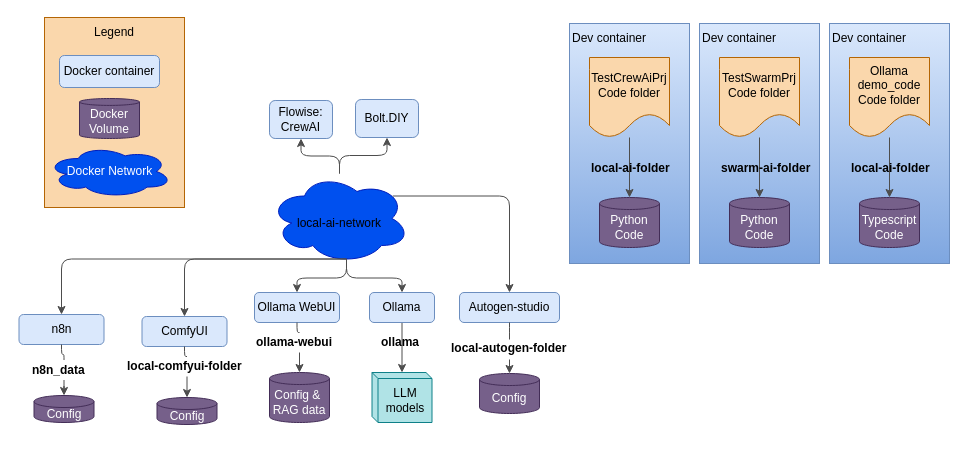
This is docs/overview.drawio from miman/docker-local-ai, a draw.io file, before an edit. Source tidied: cells renumbered, new cells numbered last; positions are measured from the earlier drawing's top-left corner, leaving out a move shared by most shapes. Both pictures are drawn from the tidied source at 100%, with x=0, y=0 at pixel (19, 17).
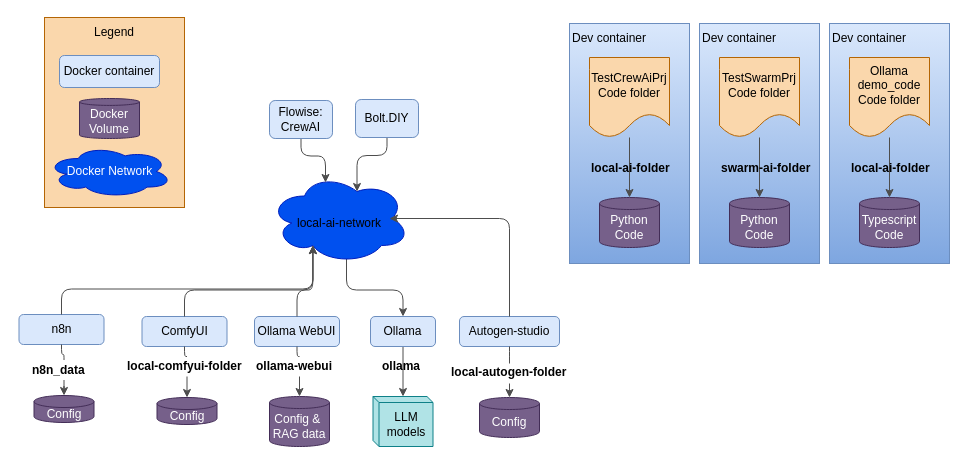
After the change.

Commit message (it also covers changes not shown here):
correct overview arrows

The change refers to these unchanged cells:
```xml
<mxCell id="11" style="ellipse;shape=cloud;whiteSpace=wrap;html=1;align=left;fillColor=#0050ef;fontColor=#ffffff;strokeColor=#001DBC;" parent="1" vertex="1">
  <mxGeometry x="250" y="156" width="140" height="90" as="geometry" />
</mxCell>
<mxCell id="12" value="local-ai-network" style="text;html=1;strokeColor=none;fillColor=none;align=center;verticalAlign=middle;whiteSpace=wrap;rounded=0;" parent="1" vertex="1">
  <mxGeometry x="270" y="196" width="100" height="20" as="geometry" />
</mxCell>
<mxCell id="21" value="Flowise:&lt;br&gt;CrewAI" style="rounded=1;whiteSpace=wrap;html=1;fillColor=#dae8fc;strokeColor=#6c8ebf;fontColor=#000000;" parent="1" vertex="1">
  <mxGeometry x="250" y="83" width="63" height="38" as="geometry" />
</mxCell>
<mxCell id="36" value="Bolt.DIY" style="rounded=1;whiteSpace=wrap;html=1;fillColor=#dae8fc;strokeColor=#6c8ebf;fontColor=#000000;" parent="1" vertex="1">
  <mxGeometry x="336" y="82" width="63" height="38" as="geometry" />
</mxCell>
<mxCell id="38" value="ComfyUI" style="rounded=1;whiteSpace=wrap;html=1;fillColor=#dae8fc;strokeColor=#6c8ebf;fontColor=#000000;" parent="1" vertex="1">
  <mxGeometry x="122.5" y="299" width="85" height="30" as="geometry" />
</mxCell>
<mxCell id="45" value="n8n" style="rounded=1;whiteSpace=wrap;html=1;fillColor=#dae8fc;strokeColor=#6c8ebf;fontColor=#000000;" parent="1" vertex="1">
  <mxGeometry x="-0.5" y="297" width="85" height="30" as="geometry" />
</mxCell>
```

Change to the diagram source:
```diff
@@
     <mxCell id="5" value="Ollama" style="rounded=1;whiteSpace=wrap;html=1;fillColor=#dae8fc;strokeColor=#6c8ebf;fontColor=#000000;" parent="1" vertex="1">
-      <mxGeometry x="350" y="275" width="65" height="30" as="geometry" />
+      <mxGeometry x="351" y="299" width="65" height="30" as="geometry" />
     </mxCell>
@@
     <mxCell id="9" value="LLM models" style="shape=cube;whiteSpace=wrap;html=1;boundedLbl=1;backgroundOutline=1;size=6.010398864746094;fillColor=#b0e3e6;strokeColor=#0e8088;" parent="1" vertex="1">
-      <mxGeometry x="352.5" y="355" width="60" height="50" as="geometry" />
+      <mxGeometry x="353.5" y="379" width="60" height="50" as="geometry" />
     </mxCell>
@@
     <mxCell id="13" style="edgeStyle=orthogonalEdgeStyle;rounded=0;orthogonalLoop=1;jettySize=auto;html=1;exitX=0.5;exitY=1;exitDx=0;exitDy=0;" parent="1" edge="1">
       <mxGeometry relative="1" as="geometry">
-        <mxPoint x="335" y="375" as="sourcePoint" />
-        <mxPoint x="335" y="375" as="targetPoint" />
+        <mxPoint x="336" y="423" as="sourcePoint" />
+        <mxPoint x="336" y="423" as="targetPoint" />
       </mxGeometry>
     </mxCell>
@@
     <mxCell id="15" value="Ollama WebUI" style="rounded=1;whiteSpace=wrap;html=1;fillColor=#dae8fc;strokeColor=#6c8ebf;fontColor=#000000;" parent="1" vertex="1">
-      <mxGeometry x="235" y="275" width="85" height="30" as="geometry" />
+      <mxGeometry x="235" y="299" width="85" height="30" as="geometry" />
     </mxCell>
     <mxCell id="16" value="Config &amp;amp;&amp;nbsp;&lt;br&gt;RAG&amp;nbsp;data" style="shape=cylinder3;whiteSpace=wrap;html=1;boundedLbl=1;backgroundOutline=1;size=6.010398864746094;fillColor=#76608a;fontColor=#ffffff;strokeColor=#432D57;" parent="1" vertex="1">
-      <mxGeometry x="250" y="355" width="60" height="50" as="geometry" />
+      <mxGeometry x="250" y="379" width="60" height="50" as="geometry" />
     </mxCell>
     <mxCell id="17" value="&lt;b&gt;ollama&lt;/b&gt;" style="text;html=1;strokeColor=none;fillColor=none;align=left;verticalAlign=middle;whiteSpace=wrap;rounded=0;fontColor=#000000;" parent="1" vertex="1">
-      <mxGeometry x="360" y="315" width="55" height="20" as="geometry" />
+      <mxGeometry x="361" y="339" width="55" height="20" as="geometry" />
     </mxCell>
@@
-    <mxCell id="19" style="edgeStyle=orthogonalEdgeStyle;html=1;strokeColor=#4D4D4D;exitX=0.55;exitY=0.95;exitDx=0;exitDy=0;exitPerimeter=0;" parent="1" edge="1" source="11" target="15">
+    <mxCell id="19" style="edgeStyle=orthogonalEdgeStyle;html=1;strokeColor=#4D4D4D;exitX=0.5;exitY=0;exitDx=0;exitDy=0;entryX=0.31;entryY=0.8;entryDx=0;entryDy=0;entryPerimeter=0;" parent="1" edge="1" source="15" target="11">
       <mxGeometry relative="1" as="geometry" />
     </mxCell>
-    <mxCell id="20" style="edgeStyle=orthogonalEdgeStyle;html=1;strokeColor=#4D4D4D;labelBackgroundColor=none;fontColor=#000000;" parent="1" edge="1" source="11" target="21">
+    <mxCell id="20" style="edgeStyle=orthogonalEdgeStyle;html=1;strokeColor=#4D4D4D;labelBackgroundColor=none;fontColor=#000000;entryX=0.4;entryY=0.1;entryDx=0;entryDy=0;entryPerimeter=0;exitX=0.5;exitY=1;exitDx=0;exitDy=0;" parent="1" edge="1" source="21" target="11">
       <mxGeometry y="40" relative="1" as="geometry" />
     </mxCell>
@@
     <mxCell id="22" style="edgeStyle=orthogonalEdgeStyle;html=1;entryX=0.5;entryY=0;entryDx=0;entryDy=0;entryPerimeter=0;strokeColor=#4D4D4D;startArrow=none;" parent="1" edge="1" target="24">
       <mxGeometry relative="1" as="geometry">
-        <mxPoint x="490" y="342" as="sourcePoint" />
+        <mxPoint x="490" y="366" as="sourcePoint" />
       </mxGeometry>
     </mxCell>
     <mxCell id="23" value="Autogen-studio" style="rounded=1;whiteSpace=wrap;html=1;fillColor=#dae8fc;strokeColor=#6c8ebf;fontColor=#000000;" parent="1" vertex="1">
-      <mxGeometry x="440" y="275" width="100" height="30" as="geometry" />
+      <mxGeometry x="440" y="299" width="100" height="30" as="geometry" />
     </mxCell>
     <mxCell id="24" value="Config" style="shape=cylinder3;whiteSpace=wrap;html=1;boundedLbl=1;backgroundOutline=1;size=6.010398864746094;fillColor=#76608a;fontColor=#ffffff;strokeColor=#432D57;" parent="1" vertex="1">
-      <mxGeometry x="460" y="356" width="60" height="40" as="geometry" />
+      <mxGeometry x="460" y="380" width="60" height="40" as="geometry" />
     </mxCell>
-    <mxCell id="25" style="edgeStyle=orthogonalEdgeStyle;html=1;strokeColor=#4D4D4D;exitX=0.88;exitY=0.25;exitDx=0;exitDy=0;exitPerimeter=0;" parent="1" edge="1" source="11" target="23">
+    <mxCell id="25" style="edgeStyle=orthogonalEdgeStyle;html=1;strokeColor=#4D4D4D;exitX=0.5;exitY=0;exitDx=0;exitDy=0;entryX=1;entryY=0.25;entryDx=0;entryDy=0;" parent="1" edge="1" source="23" target="12">
       <mxGeometry relative="1" as="geometry" />
     </mxCell>
@@
     <mxCell id="29" style="edgeStyle=orthogonalEdgeStyle;html=1;entryX=0.5;entryY=0;entryDx=0;entryDy=0;entryPerimeter=0;strokeColor=#4D4D4D;endArrow=none;" parent="1" edge="1" source="23">
       <mxGeometry relative="1" as="geometry">
-        <mxPoint x="490" y="322" as="targetPoint" />
+        <mxPoint x="490" y="346" as="targetPoint" />
       </mxGeometry>
     </mxCell>
     <mxCell id="30" value="&lt;b&gt;local-autogen-folder&lt;/b&gt;" style="text;html=1;strokeColor=none;fillColor=none;align=left;verticalAlign=middle;whiteSpace=wrap;rounded=0;fontColor=#000000;" parent="1" vertex="1">
-      <mxGeometry x="430" y="320.5" width="120" height="20" as="geometry" />
+      <mxGeometry x="430" y="344.5" width="120" height="20" as="geometry" />
     </mxCell>
@@
     <mxCell id="32" value="&lt;b&gt;ollama-webui&lt;/b&gt;" style="text;html=1;strokeColor=none;fillColor=none;align=left;verticalAlign=middle;whiteSpace=wrap;rounded=0;fontColor=#000000;" parent="1" vertex="1">
-      <mxGeometry x="235" y="315" width="90" height="20" as="geometry" />
+      <mxGeometry x="235" y="339" width="90" height="20" as="geometry" />
     </mxCell>
@@
-    <mxCell id="35" style="edgeStyle=orthogonalEdgeStyle;html=1;strokeColor=#4D4D4D;labelBackgroundColor=none;fontColor=#000000;" parent="1" edge="1" source="11" target="36">
+    <mxCell id="35" style="edgeStyle=orthogonalEdgeStyle;html=1;strokeColor=#4D4D4D;labelBackgroundColor=none;fontColor=#000000;entryX=0.625;entryY=0.2;entryDx=0;entryDy=0;entryPerimeter=0;" parent="1" edge="1" source="36" target="11">
       <mxGeometry y="40" relative="1" as="geometry" />
     </mxCell>
@@
-    <mxCell id="40" style="edgeStyle=orthogonalEdgeStyle;html=1;strokeColor=#4D4D4D;exitX=0.55;exitY=0.95;exitDx=0;exitDy=0;exitPerimeter=0;" parent="1" edge="1" source="11" target="38">
+    <mxCell id="40" style="edgeStyle=orthogonalEdgeStyle;html=1;strokeColor=#4D4D4D;entryX=0.31;entryY=0.8;entryDx=0;entryDy=0;entryPerimeter=0;exitX=0.5;exitY=0;exitDx=0;exitDy=0;" parent="1" edge="1" source="38" target="11">
       <mxGeometry relative="1" as="geometry" />
     </mxCell>
@@
-    <mxCell id="49" style="edgeStyle=orthogonalEdgeStyle;html=1;strokeColor=#4D4D4D;exitX=0.55;exitY=0.95;exitDx=0;exitDy=0;exitPerimeter=0;entryX=0.5;entryY=0;entryDx=0;entryDy=0;" parent="1" edge="1" source="11" target="45">
+    <mxCell id="49" style="edgeStyle=orthogonalEdgeStyle;html=1;strokeColor=#4D4D4D;entryX=0.31;entryY=0.8;entryDx=0;entryDy=0;entryPerimeter=0;exitX=0.5;exitY=0;exitDx=0;exitDy=0;" parent="1" edge="1" source="45" target="11">
       <mxGeometry relative="1" as="geometry" />
     </mxCell>
```
